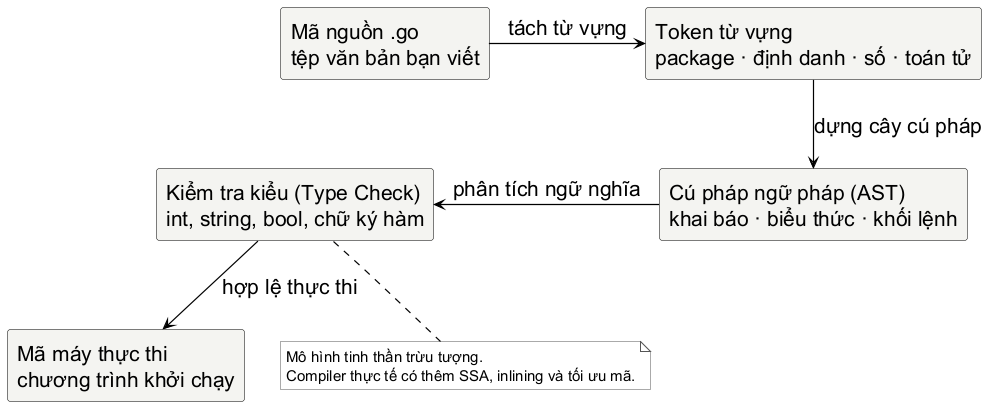
Earlier version of the PlantUML export assets/diagrams/compiler-doc-go.png (Minhlike/Golang).
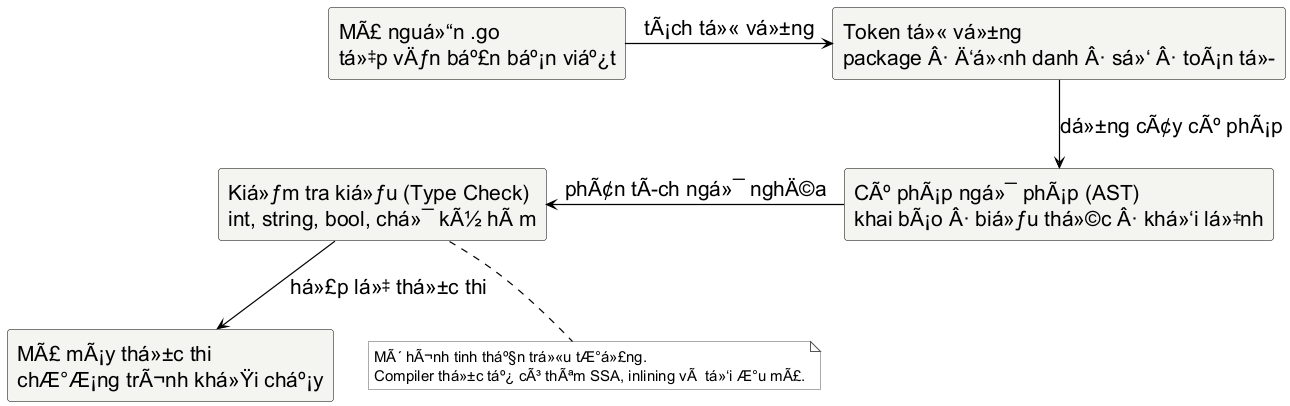
Later version of the same file.

Change to the diagram source:
```diff
@@ -1,6 +1,11 @@
 @startuml
 skinparam backgroundColor white
 skinparam shadowing false
+skinparam note {
+  BackgroundColor #F5F5F2
+  BorderColor #777777
+  FontColor #000000
+}
 skinparam defaultFontName "Source Sans 3"
 skinparam defaultFontSize 21
 skinparam defaultFontColor #000000
@@ -21,19 +26,19 @@
 }
 top to bottom direction
 
-rectangle "Mã nguồn .go\ntệp văn bản bạn viết" as source
-rectangle "Token từ vựng\npackage · định danh · số · toán tử" as tokens
-rectangle "Cú pháp ngữ pháp (AST)\nkhai báo · biểu thức · khối lệnh" as syntax
-rectangle "Kiểm tra kiểu (Type Check)\nint, string, bool, chữ ký hàm" as types
-rectangle "Mã máy thực thi\nchương trình khởi chạy" as run
+rectangle "MÃ£ nguá»“n .go\ntá»‡p vÄƒn báº£n báº¡n viáº¿t" as source
+rectangle "Token tá»« vá»±ng\npackage Â· Ä‘á»‹nh danh Â· sá»‘ Â· toÃ¡n tá»­" as tokens
+rectangle "CÃº phÃ¡p ngá»¯ phÃ¡p (AST)\nkhai bÃ¡o Â· biá»ƒu thá»©c Â· khá»‘i lá»‡nh" as syntax
+rectangle "Kiá»ƒm tra kiá»ƒu (Type Check)\nint, string, bool, chá»¯ kÃ½ hÃ m" as types
+rectangle "MÃ£ mÃ¡y thá»±c thi\nchÆ°Æ¡ng trÃ¬nh khá»Ÿi cháº¡y" as run
 
-source -right-> tokens : tách từ vựng
-tokens -down-> syntax : dựng cây cú pháp
-syntax -left-> types : phân tích ngữ nghĩa
-types -down-> run : hợp lệ thực thi
+source -right-> tokens : tÃ¡ch tá»« vá»±ng
+tokens -down-> syntax : dá»±ng cÃ¢y cÃº phÃ¡p
+syntax -left-> types : phÃ¢n tÃ­ch ngá»¯ nghÄ©a
+types -down-> run : há»£p lá»‡ thá»±c thi
 
 note bottom of types
-  Mô hình tinh thần trừu tượng.
-  Compiler thực tế có thêm SSA, inlining và tối ưu mã.
+  MÃ´ hÃ¬nh tinh tháº§n trá»«u tÆ°á»£ng.
+  Compiler thá»±c táº¿ cÃ³ thÃªm SSA, inlining vÃ  tá»‘i Æ°u mÃ£.
 end note
 @enduml
```
